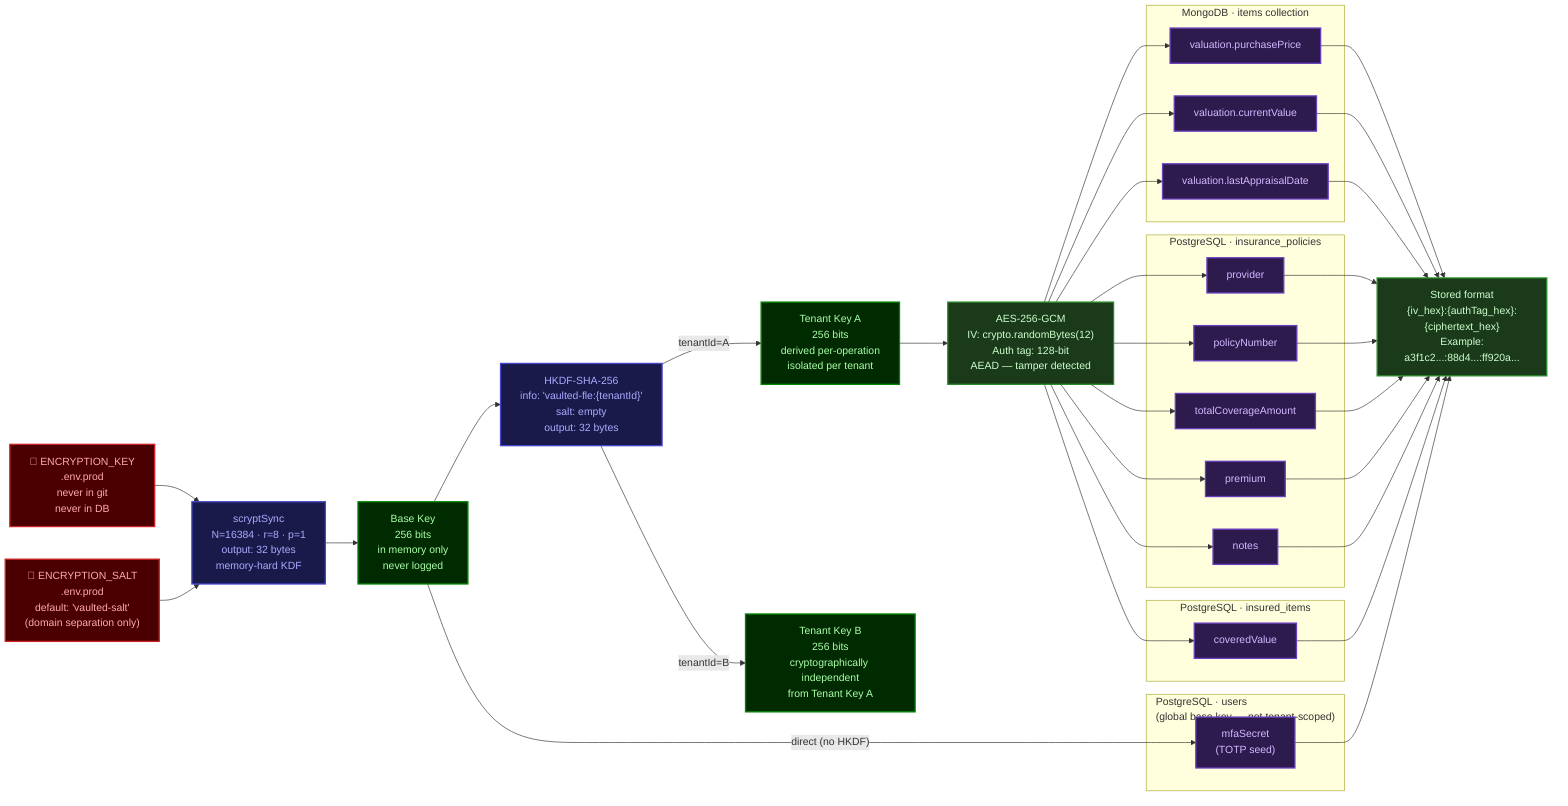
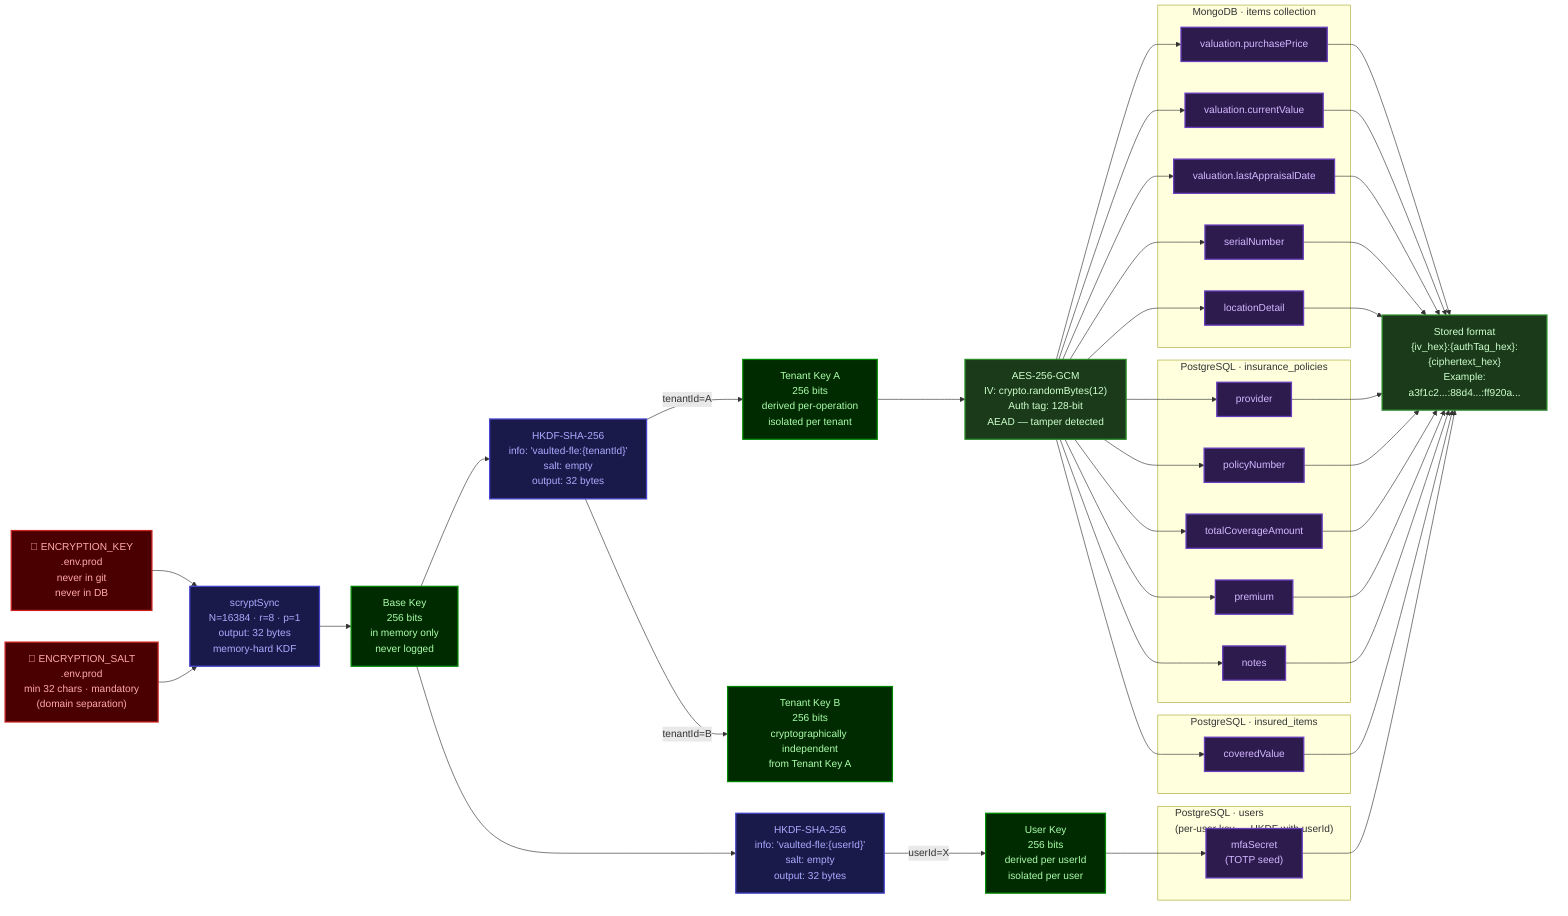
graph LR
    classDef envvar fill:#4a0000,color:#ffaaaa,stroke:#cc2222,stroke-width:2px
    classDef kdf fill:#1a1a4a,color:#aaaaff,stroke:#4444cc,stroke-width:2px
    classDef key fill:#002a00,color:#aaffaa,stroke:#008800,stroke-width:2px
    classDef encrypted fill:#2d1b4e,color:#d4b8ff,stroke:#6a3fbf,stroke-width:2px
    classDef algo fill:#1a3a1a,color:#ccffcc,stroke:#2a8a2a,stroke-width:2px

    ENV["🔑 ENCRYPTION_KEY\n.env.prod\nnever in git\nnever in DB"]
-     SALT["🧂 ENCRYPTION_SALT\n.env.prod\ndefault: 'vaulted-salt'\n(domain separation only)"]
+     SALT["🧂 ENCRYPTION_SALT\n.env.prod\nmin 32 chars · mandatory\n(domain separation)"]

    SCRYPT["scryptSync\nN=16384 · r=8 · p=1\noutput: 32 bytes\nmemory-hard KDF"]

    BASEKEY["Base Key\n256 bits\nin memory only\nnever logged"]

-     HKDF["HKDF-SHA-256\ninfo: 'vaulted-fle:{tenantId}'\nsalt: empty\noutput: 32 bytes"]
+     HKDF_TENANT["HKDF-SHA-256\ninfo: 'vaulted-fle:{tenantId}'\nsalt: empty\noutput: 32 bytes"]
+ 
+     HKDF_USER["HKDF-SHA-256\ninfo: 'vaulted-fle:{userId}'\nsalt: empty\noutput: 32 bytes"]

    TENANTKEY["Tenant Key A\n256 bits\nderived per-operation\nisolated per tenant"]

    TENANTKEY2["Tenant Key B\n256 bits\ncryptographically independent\nfrom Tenant Key A"]
+ 
+     USERKEY["User Key\n256 bits\nderived per userId\nisolated per user"]

    AES["AES-256-GCM\nIV: crypto.randomBytes(12)\nAuth tag: 128-bit\nAEAD — tamper detected"]

    subgraph MONGO_FIELDS["MongoDB · items collection"]
        MF1["valuation.purchasePrice"]
        MF2["valuation.currentValue"]
        MF3["valuation.lastAppraisalDate"]
+         MF4["serialNumber"]
+         MF5["locationDetail"]
    end

    subgraph PG_INSURANCE["PostgreSQL · insurance_policies"]
        PI1["provider"]
        PI2["policyNumber"]
        PI3["totalCoverageAmount"]
        PI4["premium"]
        PI5["notes"]
    end

    subgraph PG_ITEMS["PostgreSQL · insured_items"]
        PII1["coveredValue"]
    end

-     subgraph PG_USERS["PostgreSQL · users\n(global base key — not tenant-scoped)"]
+     subgraph PG_USERS["PostgreSQL · users\n(per-user key — HKDF with userId)"]
        PU1["mfaSecret\n(TOTP seed)"]
    end

    FORMAT["Stored format\n{iv_hex}:{authTag_hex}:{ciphertext_hex}\nExample:\na3f1c2...:88d4...:ff920a..."]

    ENV --> SCRYPT
    SALT --> SCRYPT
    SCRYPT --> BASEKEY
-     BASEKEY --> HKDF
-     HKDF -->|"tenantId=A"| TENANTKEY
-     HKDF -->|"tenantId=B"| TENANTKEY2
+     BASEKEY --> HKDF_TENANT
+     BASEKEY --> HKDF_USER
+     HKDF_TENANT -->|"tenantId=A"| TENANTKEY
+     HKDF_TENANT -->|"tenantId=B"| TENANTKEY2
+     HKDF_USER -->|"userId=X"| USERKEY
    TENANTKEY --> AES
-     AES --> MF1 & MF2 & MF3
+     AES --> MF1 & MF2 & MF3 & MF4 & MF5
    AES --> PI1 & PI2 & PI3 & PI4 & PI5
    AES --> PII1
-     BASEKEY -->|"direct (no HKDF)"| PU1
-     MF1 & MF2 & MF3 & PI1 & PI2 & PI3 & PI4 & PI5 & PII1 & PU1 --> FORMAT
+     USERKEY --> PU1
+     MF1 & MF2 & MF3 & MF4 & MF5 & PI1 & PI2 & PI3 & PI4 & PI5 & PII1 & PU1 --> FORMAT

    class ENV,SALT envvar
-     class SCRYPT,HKDF kdf
-     class BASEKEY,TENANTKEY,TENANTKEY2 key
-     class MF1,MF2,MF3,PI1,PI2,PI3,PI4,PI5,PII1,PU1 encrypted
+     class SCRYPT,HKDF_TENANT,HKDF_USER kdf
+     class BASEKEY,TENANTKEY,TENANTKEY2,USERKEY key
+     class MF1,MF2,MF3,MF4,MF5,PI1,PI2,PI3,PI4,PI5,PII1,PU1 encrypted
    class AES,FORMAT algo
